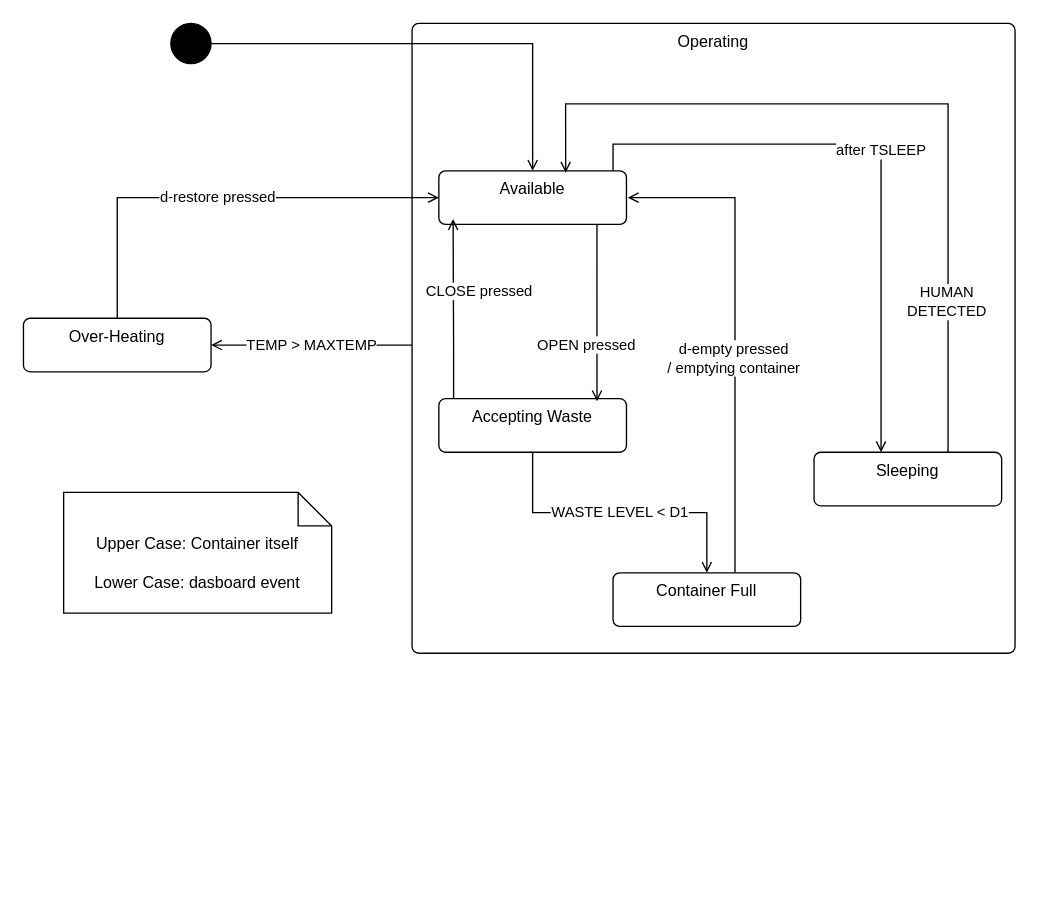
Above: Untitled Diagram.drawio in MatteoGodzilla/Smart-Waste-Disposal-System (draw.io), before the change. Source tidied: cells renumbered, new cells numbered last; positions are measured from the earlier drawing's top-left corner, leaving out a move shared by most shapes. Both pictures are drawn from the tidied source at 134%, with x=0, y=0 at pixel (23, 23).
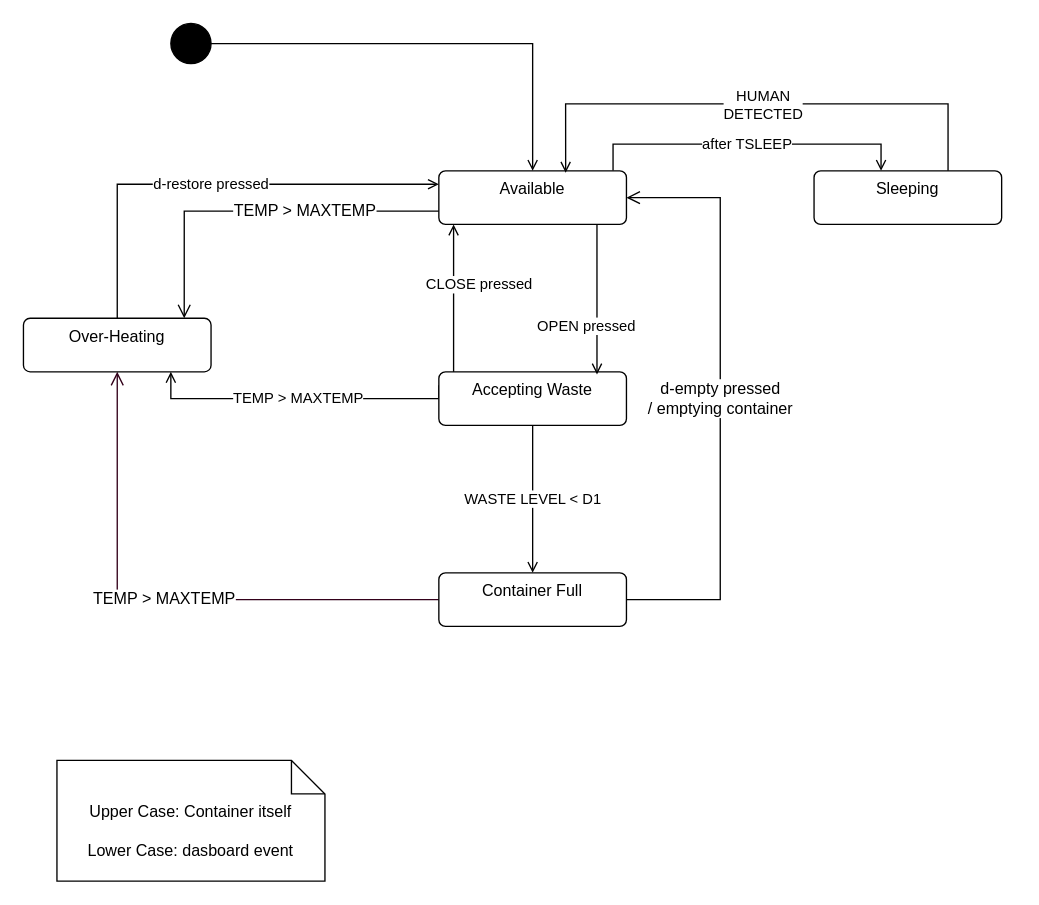
The same page after the edit.

Commit message:
Removed Composite State

Unchanged cells that the change refers to:
```xml
<mxCell id="5" value="Available" style="html=1;align=center;verticalAlign=top;rounded=1;absoluteArcSize=1;arcSize=10;dashed=0;whiteSpace=wrap;" parent="1" vertex="1">
  <mxGeometry x="310" y="110" width="140" height="40" as="geometry" />
</mxCell>
<mxCell id="14" value="Over-Heating" style="html=1;align=center;verticalAlign=top;rounded=1;absoluteArcSize=1;arcSize=10;dashed=0;whiteSpace=wrap;" parent="1" vertex="1">
  <mxGeometry y="220" width="140" height="40" as="geometry" />
</mxCell>
<mxCell id="16" style="edgeStyle=orthogonalEdgeStyle;rounded=0;jettySize=auto;html=1;entryX=0.676;entryY=0.036;entryDx=0;entryDy=0;entryPerimeter=0;endArrow=open;endFill=0;" parent="1" edge="1" source="8" target="5">
  <mxGeometry relative="1" as="geometry">
    <Array as="points">
      <mxPoint x="690" y="60" />
      <mxPoint x="405" y="60" />
    </Array>
  </mxGeometry>
</mxCell>
```

The edit, as a diff of the source:
```diff
@@
-    <mxCell id="2" value="TEMP &amp;gt; MAXTEMP" style="edgeStyle=orthogonalEdgeStyle;rounded=0;jettySize=auto;html=1;endArrow=open;endFill=0;" parent="1" edge="1" source="3" target="14">
+    <mxCell id="2" value="TEMP &amp;gt; MAXTEMP" style="edgeStyle=orthogonalEdgeStyle;rounded=0;jettySize=auto;html=1;endArrow=open;endFill=0;exitX=0;exitY=0.25;exitDx=0;exitDy=0;" parent="1" edge="1" source="12" target="14">
       <mxGeometry relative="1" as="geometry">
         <Array as="points">
-          <mxPoint x="260" y="240" />
-          <mxPoint x="260" y="240" />
+          <mxPoint x="310" y="280" />
+          <mxPoint x="110" y="280" />
         </Array>
       </mxGeometry>
     </mxCell>
-    <mxCell id="3" value="Operating" style="html=1;align=center;verticalAlign=top;rounded=1;absoluteArcSize=1;arcSize=10;dashed=0;whiteSpace=wrap;" parent="1" vertex="1">
-      <mxGeometry x="290" width="450" height="470" as="geometry" />
-    </mxCell>
@@
     <mxCell id="8" value="Sleeping" style="html=1;align=center;verticalAlign=top;rounded=1;absoluteArcSize=1;arcSize=10;dashed=0;whiteSpace=wrap;" parent="1" vertex="1">
-      <mxGeometry x="590" y="320" width="140" height="40" as="geometry" />
+      <mxGeometry x="590" y="110" width="140" height="40" as="geometry" />
     </mxCell>
+    <mxCell id="21" value="TEMP &amp;gt; MAXTEMP" style="edgeStyle=orthogonalEdgeStyle;rounded=0;jettySize=auto;html=1;entryX=0.5;entryY=1;entryDx=0;entryDy=0;fontSize=12;startSize=8;endSize=8;endArrow=open;endFill=0;fillColor=#d5e8d4;strokeColor=#33001A;" parent="1" edge="1" source="10" target="14">
+      <mxGeometry relative="1" as="geometry" />
+    </mxCell>
-    <mxCell id="9" value="d-empty pressed&lt;div&gt;/ emptying container&lt;/div&gt;" style="edgeStyle=orthogonalEdgeStyle;rounded=0;orthogonalLoop=1;jettySize=auto;html=1;entryX=1;entryY=0.5;entryDx=0;entryDy=0;endArrow=open;endFill=0;" parent="1" edge="1">
-      <mxGeometry x="-0.11" y="1" relative="1" as="geometry">
-        <mxPoint x="531" y="410" as="sourcePoint" />
-        <mxPoint x="451" y="130" as="targetPoint" />
+    <mxCell id="9" value="d-empty pressed&lt;div&gt;/ emptying container&lt;/div&gt;" style="edgeStyle=orthogonalEdgeStyle;rounded=0;jettySize=auto;html=1;entryX=1;entryY=0.5;entryDx=0;entryDy=0;fontSize=12;startSize=8;endSize=8;endArrow=open;endFill=0;fillColor=#d5e8d4;strokeColor=#000000;" parent="1" edge="1" source="10" target="5">
+      <mxGeometry relative="1" as="geometry">
         <Array as="points">
-          <mxPoint x="531" y="130" />
+          <mxPoint x="520" y="430" />
+          <mxPoint x="520" y="130" />
         </Array>
       </mxGeometry>
     </mxCell>
     <mxCell id="10" value="Container Full" style="html=1;align=center;verticalAlign=top;rounded=1;absoluteArcSize=1;arcSize=10;dashed=0;whiteSpace=wrap;" parent="1" vertex="1">
-      <mxGeometry x="440" y="410" width="140" height="40" as="geometry" />
+      <mxGeometry x="310" y="410" width="140" height="40" as="geometry" />
     </mxCell>
@@
     <mxCell id="12" value="Accepting&amp;nbsp;&lt;span style=&quot;background-color: initial;&quot;&gt;Waste&lt;/span&gt;" style="html=1;align=center;verticalAlign=top;rounded=1;absoluteArcSize=1;arcSize=10;dashed=0;whiteSpace=wrap;" parent="1" vertex="1">
-      <mxGeometry x="310" y="280" width="140" height="40" as="geometry" />
+      <mxGeometry x="310" y="260" width="140" height="40" as="geometry" />
     </mxCell>
-    <mxCell id="13" value="d-restore pressed" style="edgeStyle=orthogonalEdgeStyle;rounded=0;jettySize=auto;html=1;entryX=0;entryY=0.5;entryDx=0;entryDy=0;endArrow=open;endFill=0;" parent="1" edge="1" source="14" target="5">
+    <mxCell id="13" value="d-restore pressed" style="edgeStyle=orthogonalEdgeStyle;rounded=0;jettySize=auto;html=1;endArrow=open;endFill=0;" parent="1" edge="1" source="14" target="5">
       <mxGeometry relative="1" as="geometry">
         <Array as="points">
-          <mxPoint x="70" y="130" />
+          <mxPoint x="70" y="120" />
         </Array>
       </mxGeometry>
     </mxCell>
@@
     <mxCell id="17" value="HUMAN&lt;div&gt;DETECTED&lt;/div&gt;" style="edgeLabel;html=1;align=center;verticalAlign=middle;" parent="16" vertex="1">
-      <mxGeometry x="-0.62" y="2" relative="1" as="geometry" />
+      <mxGeometry x="-0.62" y="2" relative="1" as="geometry">
+        <mxPoint x="-116" y="-2" as="offset" />
+      </mxGeometry>
     </mxCell>
@@
-    <mxCell id="19" value="CLOSE pressed" style="edgeStyle=orthogonalEdgeStyle;rounded=0;jettySize=auto;html=1;entryX=0.076;entryY=0.9;entryDx=0;entryDy=0;entryPerimeter=0;endArrow=open;endFill=0;" parent="1" edge="1" source="12" target="5">
+    <mxCell id="19" value="CLOSE pressed" style="edgeStyle=orthogonalEdgeStyle;rounded=0;jettySize=auto;html=1;endArrow=open;endFill=0;" parent="1" edge="1" source="12">
       <mxGeometry x="0.19" y="-19" relative="1" as="geometry">
+        <mxPoint x="321" y="150" as="targetPoint" />
         <Array as="points">
           <mxPoint x="321" y="240" />
           <mxPoint x="321" y="240" />
         </Array>
       </mxGeometry>
     </mxCell>
     <mxCell id="20" value="Upper Case: Container itself&lt;div&gt;&lt;br&gt;&lt;div&gt;Lower Case: dasboard event&lt;/div&gt;&lt;/div&gt;" style="shape=note2;boundedLbl=1;whiteSpace=wrap;html=1;size=25;verticalAlign=top;align=center;" parent="1" vertex="1">
-      <mxGeometry x="30" y="350" width="200" height="90" as="geometry" />
+      <mxGeometry x="25" y="550" width="200" height="90" as="geometry" />
     </mxCell>
+    <mxCell id="22" value="TEMP &amp;gt; MAXTEMP" style="edgeStyle=orthogonalEdgeStyle;rounded=0;jettySize=auto;html=1;entryX=0.857;entryY=0;entryDx=0;entryDy=0;entryPerimeter=0;fontSize=12;startSize=8;endSize=8;exitX=0;exitY=0.75;exitDx=0;exitDy=0;endArrow=open;endFill=0;fillColor=#d5e8d4;strokeColor=#000000;" parent="1" edge="1" source="5" target="14">
+      <mxGeometry x="-0.26" relative="1" as="geometry" />
+    </mxCell>
```
